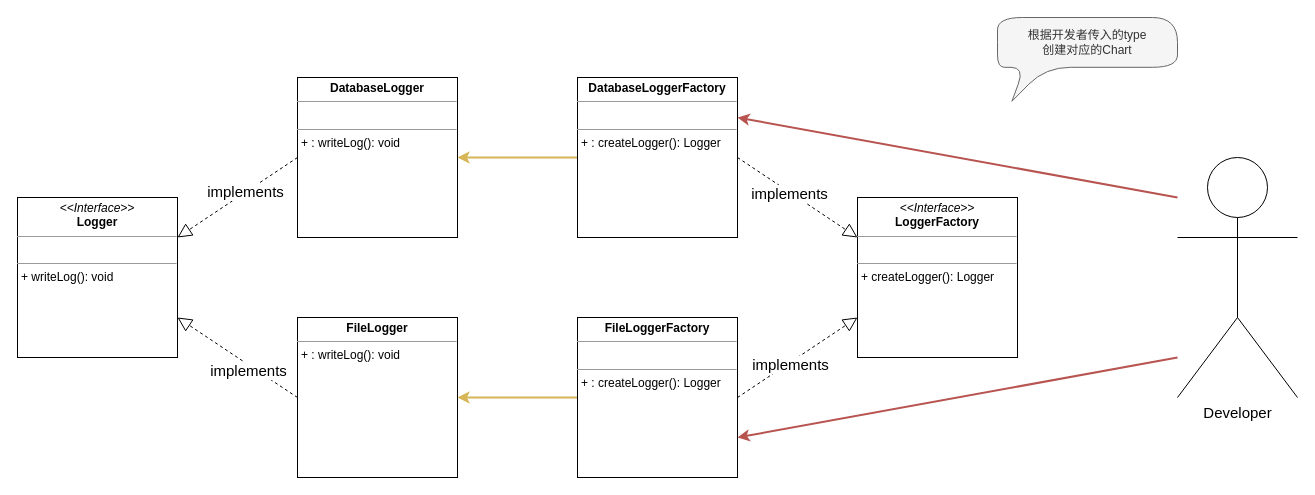
Above: page "工厂方法模式" (3 of 3) of typora/设计模式/uml/简单工厂/简单工厂模式.drawio in LDChing0321/JavaLearn (draw.io), before the change. Source tidied: cells renumbered, new cells numbered last; positions are measured from the earlier drawing's top-left corner, leaving out a move shared by most shapes. Both pictures are drawn from the tidied source at 100%, with x=0, y=0 at pixel (17, 17).
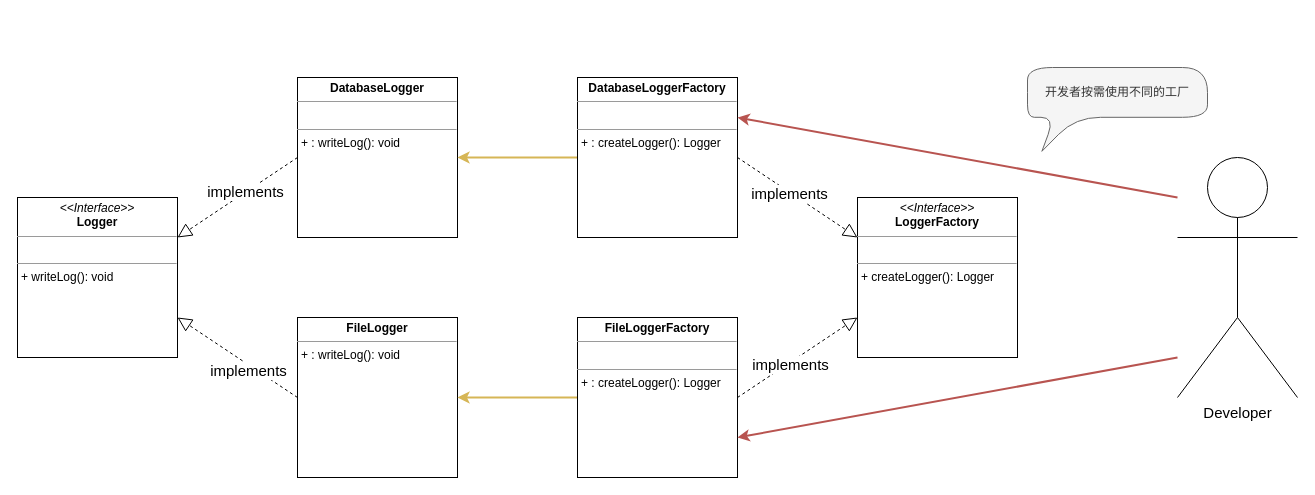
The same page after the edit.

The edit, as a diff of the source:
```diff
@@
-    <mxCell id="10" value="根据开发者传入的type&lt;br&gt;创建对应的Chart" style="shape=callout;whiteSpace=wrap;html=1;perimeter=calloutPerimeter;position2=0.08;fillColor=#f5f5f5;fontColor=#333333;strokeColor=#666666;size=34;position=0.15;rounded=1;base=21;arcSize=50;" parent="1" vertex="1">
-      <mxGeometry x="980" width="180" height="83.8" as="geometry" />
+    <mxCell id="10" value="开发者按需使用不同的工厂" style="shape=callout;whiteSpace=wrap;html=1;perimeter=calloutPerimeter;position2=0.08;fillColor=#f5f5f5;fontColor=#333333;strokeColor=#666666;size=34;position=0.15;rounded=1;base=21;arcSize=50;" parent="1" vertex="1">
+      <mxGeometry x="1010" y="50" width="180" height="83.8" as="geometry" />
     </mxCell>
```
